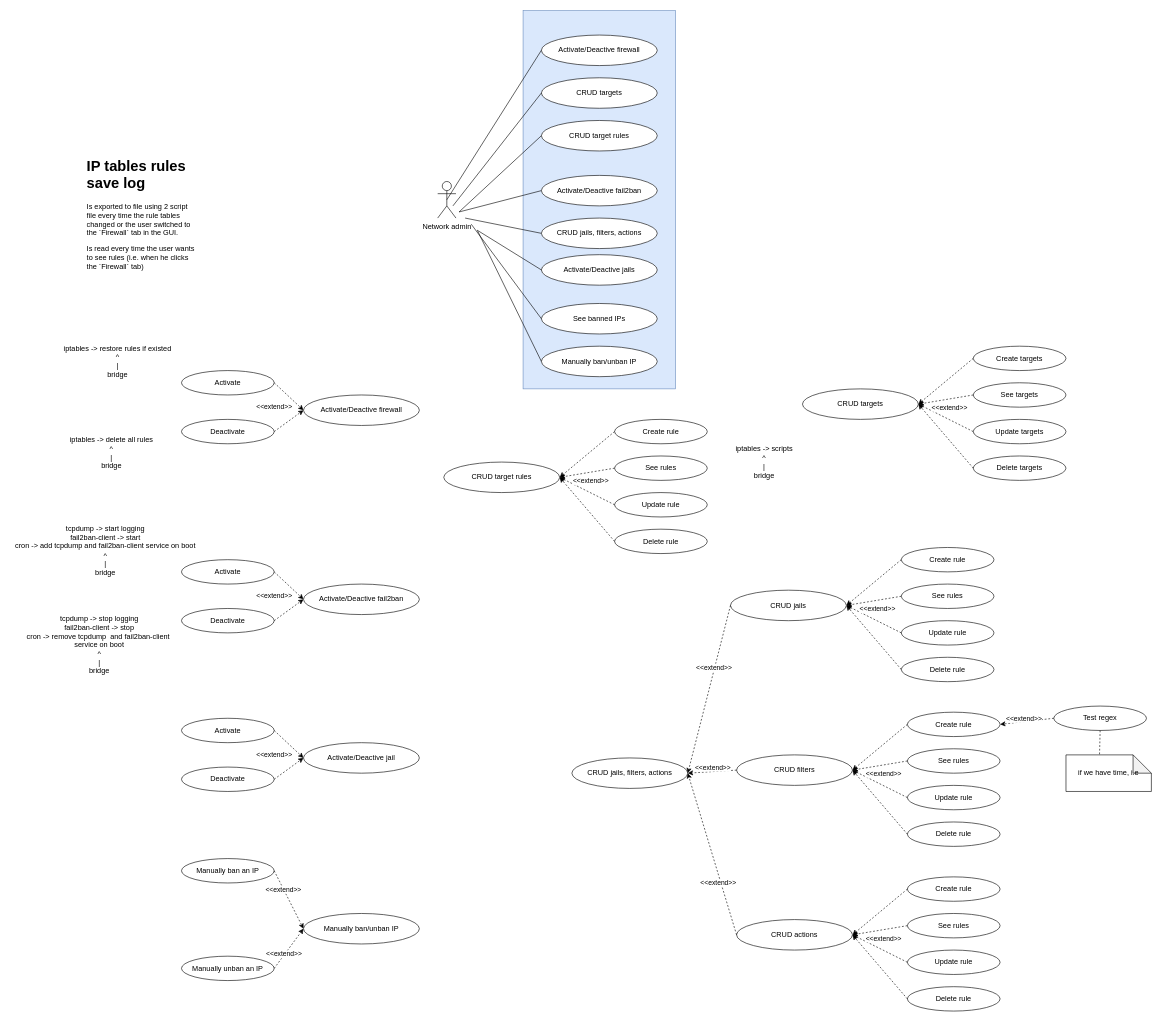
Above: page "use cases" (1 of 4) of designdoc/wall2ban.drawio in bloomingseed/wall2ban (draw.io), before the change. Source tidied: cells renumbered, new cells numbered last; positions are measured from the earlier drawing's top-left corner, leaving out a move shared by most shapes. Both pictures are drawn from the tidied source at 61%, with x=0, y=0 at pixel (10, 10).
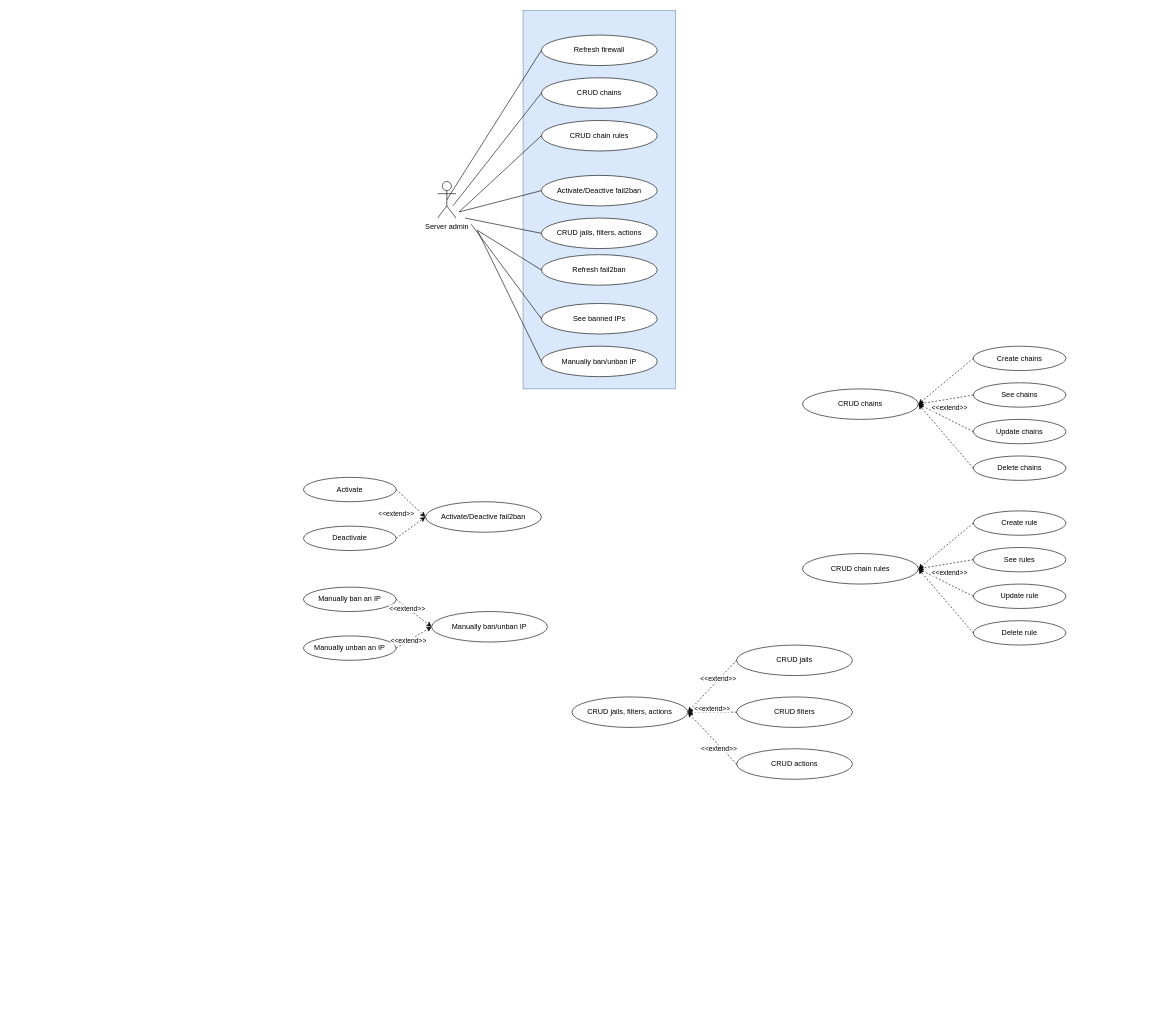
After the change.

Change to the diagram source:
```diff
@@
-    <mxCell id="3" value="Activate/Deactive firewall" style="ellipse;whiteSpace=wrap;html=1;" parent="1" vertex="1">
+    <mxCell id="3" value="Refresh firewall" style="ellipse;whiteSpace=wrap;html=1;" parent="1" vertex="1">
       <mxGeometry x="870" y="40" width="190" height="50" as="geometry" />
     </mxCell>
-    <mxCell id="4" value="CRUD targets" style="ellipse;whiteSpace=wrap;html=1;" parent="1" vertex="1">
+    <mxCell id="4" value="CRUD chains" style="ellipse;whiteSpace=wrap;html=1;" parent="1" vertex="1">
       <mxGeometry x="870" y="110" width="190" height="50" as="geometry" />
     </mxCell>
@@
-    <mxCell id="9" value="Network admin" style="shape=umlActor;verticalLabelPosition=bottom;verticalAlign=top;html=1;outlineConnect=0;" parent="1" vertex="1">
+    <mxCell id="9" value="Server admin" style="shape=umlActor;verticalLabelPosition=bottom;verticalAlign=top;html=1;outlineConnect=0;" parent="1" vertex="1">
       <mxGeometry x="700" y="280" width="30" height="60" as="geometry" />
     </mxCell>
@@
-    <mxCell id="16" value="CRUD target rules" style="ellipse;whiteSpace=wrap;html=1;" parent="1" vertex="1">
-      <mxGeometry x="710" y="740" width="190" height="50" as="geometry" />
+    <mxCell id="16" value="CRUD chain rules" style="ellipse;whiteSpace=wrap;html=1;" parent="1" vertex="1">
+      <mxGeometry x="1298" y="890" width="190" height="50" as="geometry" />
     </mxCell>
     <mxCell id="17" value="Create rule" style="ellipse;whiteSpace=wrap;html=1;" parent="1" vertex="1">
-      <mxGeometry x="990" y="670" width="152" height="40" as="geometry" />
+      <mxGeometry x="1578" y="820" width="152" height="40" as="geometry" />
     </mxCell>
     <mxCell id="18" value="See rules" style="ellipse;whiteSpace=wrap;html=1;" parent="1" vertex="1">
-      <mxGeometry x="990" y="730" width="152" height="40" as="geometry" />
+      <mxGeometry x="1578" y="880" width="152" height="40" as="geometry" />
     </mxCell>
     <mxCell id="19" value="Update rule" style="ellipse;whiteSpace=wrap;html=1;" parent="1" vertex="1">
-      <mxGeometry x="990" y="790" width="152" height="40" as="geometry" />
+      <mxGeometry x="1578" y="940" width="152" height="40" as="geometry" />
     </mxCell>
     <mxCell id="20" value="Delete rule" style="ellipse;whiteSpace=wrap;html=1;" parent="1" vertex="1">
-      <mxGeometry x="990" y="850" width="152" height="40" as="geometry" />
+      <mxGeometry x="1578" y="1000" width="152" height="40" as="geometry" />
     </mxCell>
@@
-    <mxCell id="26" value="iptables -&amp;gt; scripts&lt;br&gt;^&lt;br&gt;|&lt;br&gt;bridge" style="text;html=1;align=center;verticalAlign=middle;" parent="1" vertex="1">
-      <mxGeometry x="1180" y="710" width="110" height="60" as="geometry" />
-    </mxCell>
-    <mxCell id="27" value="Activate/Deactive firewall" style="ellipse;whiteSpace=wrap;html=1;" parent="1" vertex="1">
-      <mxGeometry x="480" y="630" width="190" height="50" as="geometry" />
-    </mxCell>
-    <mxCell id="28" value="Activate" style="ellipse;whiteSpace=wrap;html=1;" parent="1" vertex="1">
-      <mxGeometry x="280" y="590" width="152" height="40" as="geometry" />
-    </mxCell>
-    <mxCell id="29" value="Deactivate" style="ellipse;whiteSpace=wrap;html=1;" parent="1" vertex="1">
-      <mxGeometry x="280" y="670" width="152" height="40" as="geometry" />
-    </mxCell>
-    <mxCell id="30" style="endArrow=classic;html=1;dashed=1;entryX=0;entryY=0.5;entryDx=0;entryDy=0;exitX=1;exitY=0.5;exitDx=0;exitDy=0;" parent="1" edge="1" source="28" target="27">
-      <mxGeometry relative="1" as="geometry" />
-    </mxCell>
-    <mxCell id="31" value="&amp;lt;&amp;lt;extend&amp;gt;&amp;gt;" style="edgeLabel;html=1;align=center;verticalAlign=middle;" parent="30" vertex="1">
-      <mxGeometry x="-0.59" relative="1" as="geometry">
-        <mxPoint x="-9.5" y="31.1" as="offset" />
-      </mxGeometry>
-    </mxCell>
-    <mxCell id="32" style="endArrow=classic;html=1;dashed=1;entryX=0;entryY=0.5;entryDx=0;entryDy=0;exitX=1;exitY=0.5;exitDx=0;exitDy=0;" parent="1" edge="1" source="29" target="27">
-      <mxGeometry relative="1" as="geometry" />
-    </mxCell>
-    <mxCell id="33" value="iptables -&amp;gt; restore rules if existed&lt;br&gt;^&lt;br&gt;|&lt;br&gt;bridge" style="text;html=1;align=center;verticalAlign=middle;" parent="1" vertex="1">
-      <mxGeometry x="80" y="545" width="190" height="60" as="geometry" />
-    </mxCell>
-    <mxCell id="34" value="iptables -&amp;gt; delete all rules&lt;br&gt;^&lt;br&gt;|&lt;br&gt;bridge" style="text;html=1;align=center;verticalAlign=middle;" parent="1" vertex="1">
-      <mxGeometry x="90" y="695" width="150" height="60" as="geometry" />
-    </mxCell>
-    <mxCell id="35" value="&lt;h1&gt;IP tables rules save log&lt;/h1&gt;&lt;p&gt;Is exported to file using 2 script file every time the rule tables changed or the user switched to the `Firewall` tab in the GUI.&lt;/p&gt;&lt;p&gt;Is read every time the user wants to see rules (i.e. when he clicks the `Firewall` tab)&lt;/p&gt;" style="text;html=1;strokeColor=none;fillColor=none;spacing=5;spacingTop=-20;whiteSpace=wrap;overflow=hidden;rounded=0;" parent="1" vertex="1">
-      <mxGeometry x="120" y="235" width="190" height="255" as="geometry" />
-    </mxCell>
     <mxCell id="36" value="Activate/Deactive fail2ban" style="ellipse;whiteSpace=wrap;html=1;" parent="1" vertex="1">
-      <mxGeometry x="480" y="940" width="190" height="50" as="geometry" />
+      <mxGeometry x="680" y="805" width="190" height="50" as="geometry" />
     </mxCell>
     <mxCell id="37" value="Activate" style="ellipse;whiteSpace=wrap;html=1;" parent="1" vertex="1">
-      <mxGeometry x="280" y="900" width="152" height="40" as="geometry" />
+      <mxGeometry x="480" y="765" width="152" height="40" as="geometry" />
     </mxCell>
     <mxCell id="38" value="Deactivate" style="ellipse;whiteSpace=wrap;html=1;" parent="1" vertex="1">
-      <mxGeometry x="280" y="980" width="152" height="40" as="geometry" />
+      <mxGeometry x="480" y="845" width="152" height="40" as="geometry" />
     </mxCell>
@@
-    <mxCell id="42" value="tcpdump -&amp;gt; start logging&lt;br&gt;fail2ban-client -&amp;gt; start&lt;br&gt;cron -&amp;gt; add tcpdump and fail2ban-client service on boot&lt;br&gt;^&lt;br&gt;|&lt;br&gt;bridge" style="text;html=1;align=center;verticalAlign=middle;" parent="1" vertex="1">
-      <mxGeometry y="840" width="310" height="90" as="geometry" />
-    </mxCell>
-    <mxCell id="43" value="tcpdump -&amp;gt; stop logging&lt;br&gt;fail2ban-client -&amp;gt; stop&lt;br&gt;cron -&amp;gt; remove tcpdump&amp;nbsp;&amp;nbsp;and fail2ban-client&amp;nbsp;&lt;br&gt;service on boot&lt;br&gt;^&lt;br&gt;|&lt;br&gt;bridge" style="text;html=1;align=center;verticalAlign=middle;" parent="1" vertex="1">
-      <mxGeometry x="20" y="990" width="250" height="100" as="geometry" />
-    </mxCell>
     <mxCell id="44" value="CRUD jails" style="ellipse;whiteSpace=wrap;html=1;" parent="1" vertex="1">
-      <mxGeometry x="1180" y="950" width="190" height="50" as="geometry" />
+      <mxGeometry x="1190" y="1040" width="190" height="50" as="geometry" />
     </mxCell>
-    <mxCell id="45" value="Create rule" style="ellipse;whiteSpace=wrap;html=1;" parent="1" vertex="1">
-      <mxGeometry x="1460" y="880" width="152" height="40" as="geometry" />
-    </mxCell>
-    <mxCell id="46" value="See rules" style="ellipse;whiteSpace=wrap;html=1;" parent="1" vertex="1">
-      <mxGeometry x="1460" y="940" width="152" height="40" as="geometry" />
-    </mxCell>
-    <mxCell id="47" value="Update rule" style="ellipse;whiteSpace=wrap;html=1;" parent="1" vertex="1">
-      <mxGeometry x="1460" y="1000" width="152" height="40" as="geometry" />
-    </mxCell>
-    <mxCell id="48" value="Delete rule" style="ellipse;whiteSpace=wrap;html=1;" parent="1" vertex="1">
-      <mxGeometry x="1460" y="1060" width="152" height="40" as="geometry" />
-    </mxCell>
-    <mxCell id="49" style="endArrow=classic;html=1;dashed=1;entryX=1;entryY=0.5;entryDx=0;entryDy=0;exitX=0;exitY=0.5;exitDx=0;exitDy=0;" parent="1" edge="1" source="45" target="44">
-      <mxGeometry relative="1" as="geometry" />
-    </mxCell>
-    <mxCell id="50" style="endArrow=classic;html=1;dashed=1;entryX=1;entryY=0.5;entryDx=0;entryDy=0;exitX=0;exitY=0.5;exitDx=0;exitDy=0;" parent="1" edge="1" source="46" target="44">
-      <mxGeometry relative="1" as="geometry" />
-    </mxCell>
-    <mxCell id="51" style="endArrow=classic;html=1;dashed=1;entryX=1;entryY=0.5;entryDx=0;entryDy=0;exitX=0;exitY=0.5;exitDx=0;exitDy=0;" parent="1" edge="1" source="48" target="44">
-      <mxGeometry relative="1" as="geometry" />
-    </mxCell>
-    <mxCell id="52" style="endArrow=classic;html=1;dashed=1;entryX=1;entryY=0.5;entryDx=0;entryDy=0;exitX=0;exitY=0.5;exitDx=0;exitDy=0;" parent="1" edge="1" source="47" target="44">
-      <mxGeometry relative="1" as="geometry" />
-    </mxCell>
-    <mxCell id="53" value="&amp;lt;&amp;lt;extend&amp;gt;&amp;gt;" style="edgeLabel;html=1;align=center;verticalAlign=middle;" parent="52" vertex="1">
-      <mxGeometry x="0.36" y="-3" relative="1" as="geometry">
-        <mxPoint x="19.5" y="-6.9" as="offset" />
-      </mxGeometry>
-    </mxCell>
     <mxCell id="54" value="CRUD filters" style="ellipse;whiteSpace=wrap;html=1;" parent="1" vertex="1">
-      <mxGeometry x="1190" y="1220" width="190" height="50" as="geometry" />
+      <mxGeometry x="1190" y="1125" width="190" height="50" as="geometry" />
     </mxCell>
-    <mxCell id="55" value="Create rule" style="ellipse;whiteSpace=wrap;html=1;" parent="1" vertex="1">
-      <mxGeometry x="1470" y="1150" width="152" height="40" as="geometry" />
-    </mxCell>
-    <mxCell id="56" value="See rules" style="ellipse;whiteSpace=wrap;html=1;" parent="1" vertex="1">
-      <mxGeometry x="1470" y="1210" width="152" height="40" as="geometry" />
-    </mxCell>
-    <mxCell id="57" value="Update rule" style="ellipse;whiteSpace=wrap;html=1;" parent="1" vertex="1">
-      <mxGeometry x="1470" y="1270" width="152" height="40" as="geometry" />
-    </mxCell>
-    <mxCell id="58" value="Delete rule" style="ellipse;whiteSpace=wrap;html=1;" parent="1" vertex="1">
-      <mxGeometry x="1470" y="1330" width="152" height="40" as="geometry" />
-    </mxCell>
-    <mxCell id="59" style="endArrow=classic;html=1;dashed=1;entryX=1;entryY=0.5;entryDx=0;entryDy=0;exitX=0;exitY=0.5;exitDx=0;exitDy=0;" parent="1" edge="1" source="55" target="54">
-      <mxGeometry relative="1" as="geometry" />
-    </mxCell>
-    <mxCell id="60" style="endArrow=classic;html=1;dashed=1;entryX=1;entryY=0.5;entryDx=0;entryDy=0;exitX=0;exitY=0.5;exitDx=0;exitDy=0;" parent="1" edge="1" source="56" target="54">
-      <mxGeometry relative="1" as="geometry" />
-    </mxCell>
-    <mxCell id="61" style="endArrow=classic;html=1;dashed=1;entryX=1;entryY=0.5;entryDx=0;entryDy=0;exitX=0;exitY=0.5;exitDx=0;exitDy=0;" parent="1" edge="1" source="58" target="54">
-      <mxGeometry relative="1" as="geometry" />
-    </mxCell>
-    <mxCell id="62" style="endArrow=classic;html=1;dashed=1;entryX=1;entryY=0.5;entryDx=0;entryDy=0;exitX=0;exitY=0.5;exitDx=0;exitDy=0;" parent="1" edge="1" source="57" target="54">
-      <mxGeometry relative="1" as="geometry" />
-    </mxCell>
-    <mxCell id="63" value="&amp;lt;&amp;lt;extend&amp;gt;&amp;gt;" style="edgeLabel;html=1;align=center;verticalAlign=middle;" parent="62" vertex="1">
-      <mxGeometry x="0.36" y="-3" relative="1" as="geometry">
-        <mxPoint x="19.5" y="-6.9" as="offset" />
-      </mxGeometry>
-    </mxCell>
     <mxCell id="64" value="CRUD actions" style="ellipse;whiteSpace=wrap;html=1;" parent="1" vertex="1">
-      <mxGeometry x="1190" y="1490" width="190" height="50" as="geometry" />
+      <mxGeometry x="1190" y="1210" width="190" height="50" as="geometry" />
     </mxCell>
-    <mxCell id="65" value="Create rule" style="ellipse;whiteSpace=wrap;html=1;" parent="1" vertex="1">
-      <mxGeometry x="1470" y="1420" width="152" height="40" as="geometry" />
-    </mxCell>
-    <mxCell id="66" value="See rules" style="ellipse;whiteSpace=wrap;html=1;" parent="1" vertex="1">
-      <mxGeometry x="1470" y="1480" width="152" height="40" as="geometry" />
-    </mxCell>
-    <mxCell id="67" value="Update rule" style="ellipse;whiteSpace=wrap;html=1;" parent="1" vertex="1">
-      <mxGeometry x="1470" y="1540" width="152" height="40" as="geometry" />
-    </mxCell>
-    <mxCell id="68" value="Delete rule" style="ellipse;whiteSpace=wrap;html=1;" parent="1" vertex="1">
-      <mxGeometry x="1470" y="1600" width="152" height="40" as="geometry" />
-    </mxCell>
-    <mxCell id="69" style="endArrow=classic;html=1;dashed=1;entryX=1;entryY=0.5;entryDx=0;entryDy=0;exitX=0;exitY=0.5;exitDx=0;exitDy=0;" parent="1" edge="1" source="65" target="64">
-      <mxGeometry relative="1" as="geometry" />
-    </mxCell>
-    <mxCell id="70" style="endArrow=classic;html=1;dashed=1;entryX=1;entryY=0.5;entryDx=0;entryDy=0;exitX=0;exitY=0.5;exitDx=0;exitDy=0;" parent="1" edge="1" source="66" target="64">
-      <mxGeometry relative="1" as="geometry" />
-    </mxCell>
-    <mxCell id="71" style="endArrow=classic;html=1;dashed=1;entryX=1;entryY=0.5;entryDx=0;entryDy=0;exitX=0;exitY=0.5;exitDx=0;exitDy=0;" parent="1" edge="1" source="68" target="64">
-      <mxGeometry relative="1" as="geometry" />
-    </mxCell>
-    <mxCell id="72" style="endArrow=classic;html=1;dashed=1;entryX=1;entryY=0.5;entryDx=0;entryDy=0;exitX=0;exitY=0.5;exitDx=0;exitDy=0;" parent="1" edge="1" source="67" target="64">
-      <mxGeometry relative="1" as="geometry" />
-    </mxCell>
-    <mxCell id="73" value="&amp;lt;&amp;lt;extend&amp;gt;&amp;gt;" style="edgeLabel;html=1;align=center;verticalAlign=middle;" parent="72" vertex="1">
-      <mxGeometry x="0.36" y="-3" relative="1" as="geometry">
-        <mxPoint x="19.5" y="-6.9" as="offset" />
-      </mxGeometry>
-    </mxCell>
-    <mxCell id="74" value="Test regex" style="ellipse;whiteSpace=wrap;html=1;" parent="1" vertex="1">
-      <mxGeometry x="1710" y="1140" width="152" height="40" as="geometry" />
-    </mxCell>
-    <mxCell id="75" style="endArrow=classic;html=1;dashed=1;entryX=1;entryY=0.5;entryDx=0;entryDy=0;exitX=0;exitY=0.5;exitDx=0;exitDy=0;" parent="1" edge="1" source="74" target="55">
-      <mxGeometry relative="1" as="geometry" />
-    </mxCell>
-    <mxCell id="76" value="&amp;lt;&amp;lt;extend&amp;gt;&amp;gt;" style="edgeLabel;html=1;align=center;verticalAlign=middle;" parent="75" vertex="1">
-      <mxGeometry x="-0.41" y="-2" relative="1" as="geometry">
-        <mxPoint x="-23.9" y="-0.9" as="offset" />
-      </mxGeometry>
-    </mxCell>
-    <mxCell id="77" value="if we have time, i.e" style="shape=note;whiteSpace=wrap;html=1;backgroundOutline=1;darkOpacity=0.05;" parent="1" vertex="1">
-      <mxGeometry x="1730" y="1220" width="140" height="60" as="geometry" />
-    </mxCell>
-    <mxCell id="78" style="endArrow=none;html=1;dashed=1;exitX=0.5;exitY=1;exitDx=0;exitDy=0;entryX=0;entryY=0;entryDx=55;entryDy=0;entryPerimeter=0;" parent="1" edge="1" source="74" target="77">
-      <mxGeometry relative="1" as="geometry" />
-    </mxCell>
     <mxCell id="79" value="CRUD jails, filters, actions" style="ellipse;whiteSpace=wrap;html=1;" parent="1" vertex="1">
-      <mxGeometry x="920" y="1225" width="190" height="50" as="geometry" />
+      <mxGeometry x="920" y="1125" width="190" height="50" as="geometry" />
     </mxCell>
@@
     <mxCell id="86" value="Manually ban/unban IP" style="ellipse;whiteSpace=wrap;html=1;" parent="1" vertex="1">
-      <mxGeometry x="480" y="1480" width="190" height="50" as="geometry" />
+      <mxGeometry x="690" y="985" width="190" height="50" as="geometry" />
     </mxCell>
     <mxCell id="87" value="Manually ban an IP" style="ellipse;whiteSpace=wrap;html=1;" parent="1" vertex="1">
-      <mxGeometry x="280" y="1390" width="152" height="40" as="geometry" />
+      <mxGeometry x="480" y="945" width="152" height="40" as="geometry" />
     </mxCell>
     <mxCell id="88" value="Manually unban an IP" style="ellipse;whiteSpace=wrap;html=1;" parent="1" vertex="1">
-      <mxGeometry x="280" y="1550" width="152" height="40" as="geometry" />
+      <mxGeometry x="480" y="1025" width="152" height="40" as="geometry" />
     </mxCell>
@@
-    <mxCell id="93" value="CRUD target rules" style="ellipse;whiteSpace=wrap;html=1;" parent="1" vertex="1">
+    <mxCell id="93" value="CRUD chain rules" style="ellipse;whiteSpace=wrap;html=1;" parent="1" vertex="1">
       <mxGeometry x="870" y="180" width="190" height="50" as="geometry" />
     </mxCell>
@@
-    <mxCell id="95" value="CRUD targets" style="ellipse;whiteSpace=wrap;html=1;" parent="1" vertex="1">
+    <mxCell id="95" value="CRUD chains" style="ellipse;whiteSpace=wrap;html=1;" parent="1" vertex="1">
       <mxGeometry x="1298" y="620" width="190" height="50" as="geometry" />
     </mxCell>
-    <mxCell id="96" value="Create targets" style="ellipse;whiteSpace=wrap;html=1;" parent="1" vertex="1">
+    <mxCell id="96" value="Create chains" style="ellipse;whiteSpace=wrap;html=1;" parent="1" vertex="1">
       <mxGeometry x="1578" y="550" width="152" height="40" as="geometry" />
     </mxCell>
-    <mxCell id="97" value="See targets" style="ellipse;whiteSpace=wrap;html=1;" parent="1" vertex="1">
+    <mxCell id="97" value="See chains" style="ellipse;whiteSpace=wrap;html=1;" parent="1" vertex="1">
       <mxGeometry x="1578" y="610" width="152" height="40" as="geometry" />
     </mxCell>
-    <mxCell id="98" value="Update targets" style="ellipse;whiteSpace=wrap;html=1;" parent="1" vertex="1">
+    <mxCell id="98" value="Update chains" style="ellipse;whiteSpace=wrap;html=1;" parent="1" vertex="1">
       <mxGeometry x="1578" y="670" width="152" height="40" as="geometry" />
     </mxCell>
-    <mxCell id="99" value="Delete targets" style="ellipse;whiteSpace=wrap;html=1;" parent="1" vertex="1">
+    <mxCell id="99" value="Delete chains" style="ellipse;whiteSpace=wrap;html=1;" parent="1" vertex="1">
       <mxGeometry x="1578" y="730" width="152" height="40" as="geometry" />
     </mxCell>
@@
-    <mxCell id="105" value="Activate/Deactive jails" style="ellipse;whiteSpace=wrap;html=1;" parent="1" vertex="1">
+    <mxCell id="105" value="Refresh fail2ban" style="ellipse;whiteSpace=wrap;html=1;" parent="1" vertex="1">
       <mxGeometry x="870" y="400" width="190" height="50" as="geometry" />
     </mxCell>
@@
-    <mxCell id="107" value="Activate/Deactive jail" style="ellipse;whiteSpace=wrap;html=1;" parent="1" vertex="1">
-      <mxGeometry x="480" y="1200" width="190" height="50" as="geometry" />
-    </mxCell>
-    <mxCell id="108" value="Activate" style="ellipse;whiteSpace=wrap;html=1;" parent="1" vertex="1">
-      <mxGeometry x="280" y="1160" width="152" height="40" as="geometry" />
-    </mxCell>
-    <mxCell id="109" value="Deactivate" style="ellipse;whiteSpace=wrap;html=1;" parent="1" vertex="1">
-      <mxGeometry x="280" y="1240" width="152" height="40" as="geometry" />
-    </mxCell>
-    <mxCell id="110" style="endArrow=classic;html=1;dashed=1;entryX=0;entryY=0.5;entryDx=0;entryDy=0;exitX=1;exitY=0.5;exitDx=0;exitDy=0;" parent="1" edge="1" source="108" target="107">
-      <mxGeometry relative="1" as="geometry" />
-    </mxCell>
-    <mxCell id="111" value="&amp;lt;&amp;lt;extend&amp;gt;&amp;gt;" style="edgeLabel;html=1;align=center;verticalAlign=middle;" parent="110" vertex="1">
-      <mxGeometry x="-0.59" relative="1" as="geometry">
-        <mxPoint x="-9.5" y="31.1" as="offset" />
-      </mxGeometry>
-    </mxCell>
-    <mxCell id="112" style="endArrow=classic;html=1;dashed=1;entryX=0;entryY=0.5;entryDx=0;entryDy=0;exitX=1;exitY=0.5;exitDx=0;exitDy=0;" parent="1" edge="1" source="109" target="107">
-      <mxGeometry relative="1" as="geometry" />
-    </mxCell>
```
